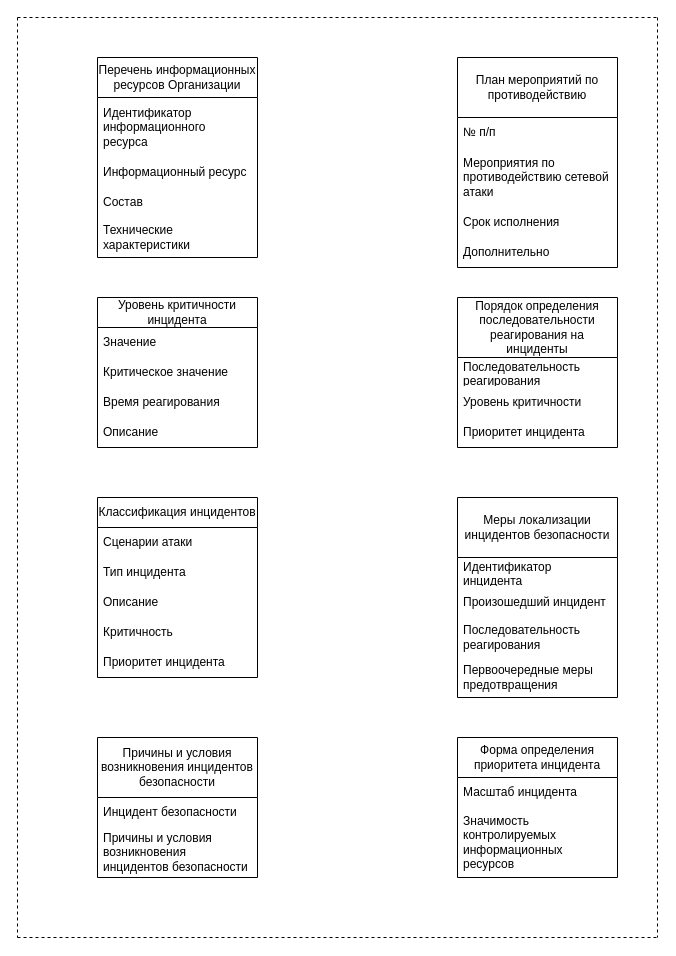
Earlier version of the draw.io diagram Old_Shema_OPZ/(Старая схема ОПЗ)  Частные регламенты.drawio (SmirnovBogdan8/Diplom). Source tidied: cells renumbered, new cells numbered last; positions are measured from the earlier drawing's top-left corner, leaving out a move shared by most shapes. Both pictures are drawn from the tidied source at 100%, with x=0, y=0 at pixel (17, 17).
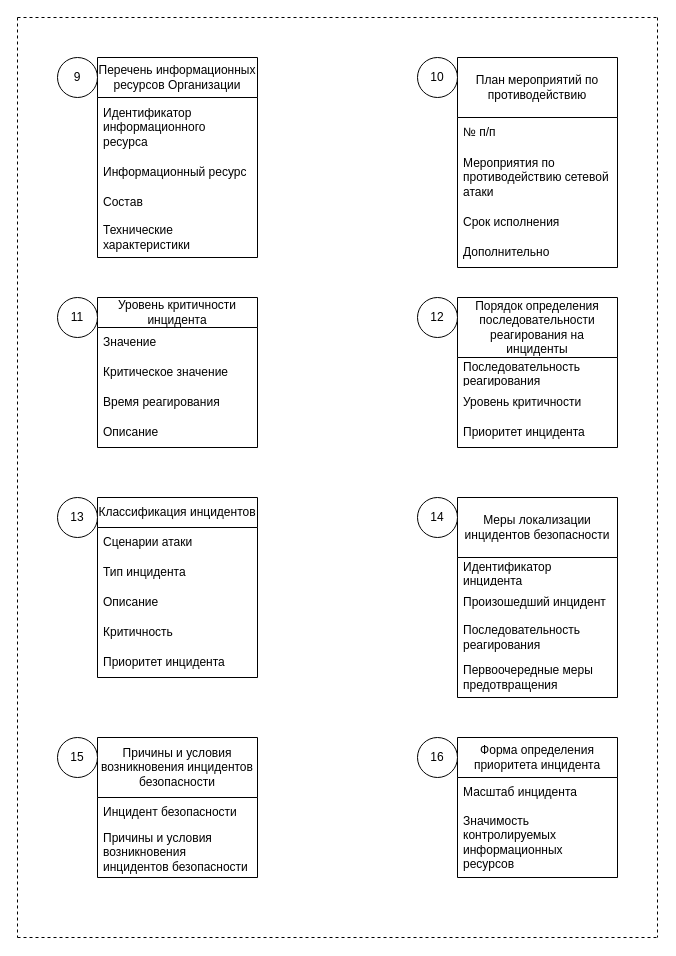
The same page after the edit.

What changed in the source:
```diff
@@
+    <mxCell id="42" value="9" style="ellipse;whiteSpace=wrap;html=1;" parent="1" vertex="1">
+      <mxGeometry x="40" y="40" width="40" height="40" as="geometry" />
+    </mxCell>
+    <mxCell id="43" value="10" style="ellipse;whiteSpace=wrap;html=1;" parent="1" vertex="1">
+      <mxGeometry x="400" y="40" width="40" height="40" as="geometry" />
+    </mxCell>
+    <mxCell id="44" value="11" style="ellipse;whiteSpace=wrap;html=1;" parent="1" vertex="1">
+      <mxGeometry x="40" y="280" width="40" height="40" as="geometry" />
+    </mxCell>
+    <mxCell id="45" value="12" style="ellipse;whiteSpace=wrap;html=1;" parent="1" vertex="1">
+      <mxGeometry x="400" y="280" width="40" height="40" as="geometry" />
+    </mxCell>
+    <mxCell id="46" value="13" style="ellipse;whiteSpace=wrap;html=1;" parent="1" vertex="1">
+      <mxGeometry x="40" y="480" width="40" height="40" as="geometry" />
+    </mxCell>
+    <mxCell id="47" value="14" style="ellipse;whiteSpace=wrap;html=1;" parent="1" vertex="1">
+      <mxGeometry x="400" y="480" width="40" height="40" as="geometry" />
+    </mxCell>
+    <mxCell id="48" value="15" style="ellipse;whiteSpace=wrap;html=1;" parent="1" vertex="1">
+      <mxGeometry x="40" y="720" width="40" height="40" as="geometry" />
+    </mxCell>
+    <mxCell id="49" value="16" style="ellipse;whiteSpace=wrap;html=1;" parent="1" vertex="1">
+      <mxGeometry x="400" y="720" width="40" height="40" as="geometry" />
+    </mxCell>
```
